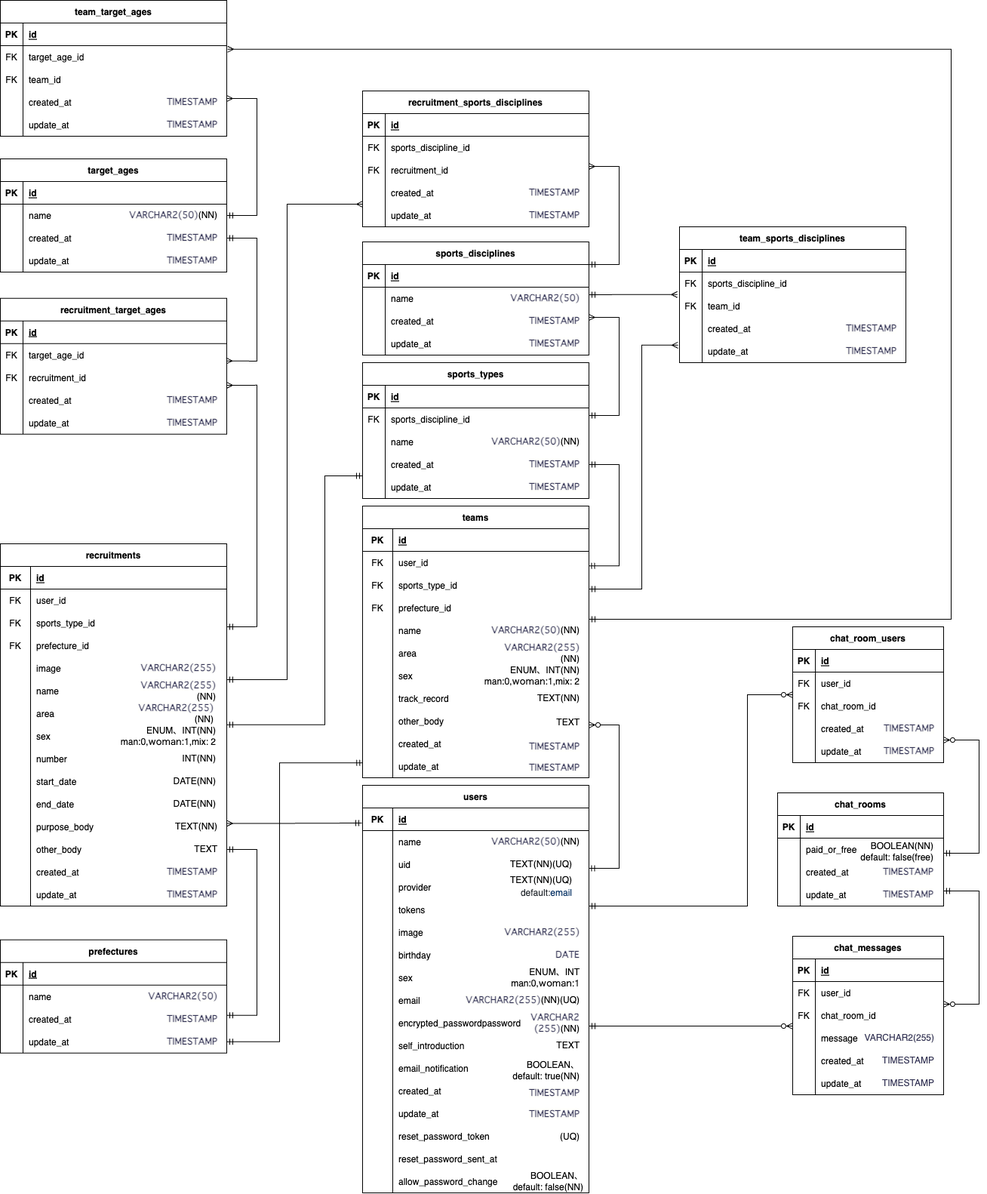
The draw.io diagram drawing/er図.png in toshinori-m/stay_connect, before a commit. Source tidied: cells renumbered, new cells last; positions are measured from the earlier drawing's top-left corner, leaving out a move shared by most shapes.
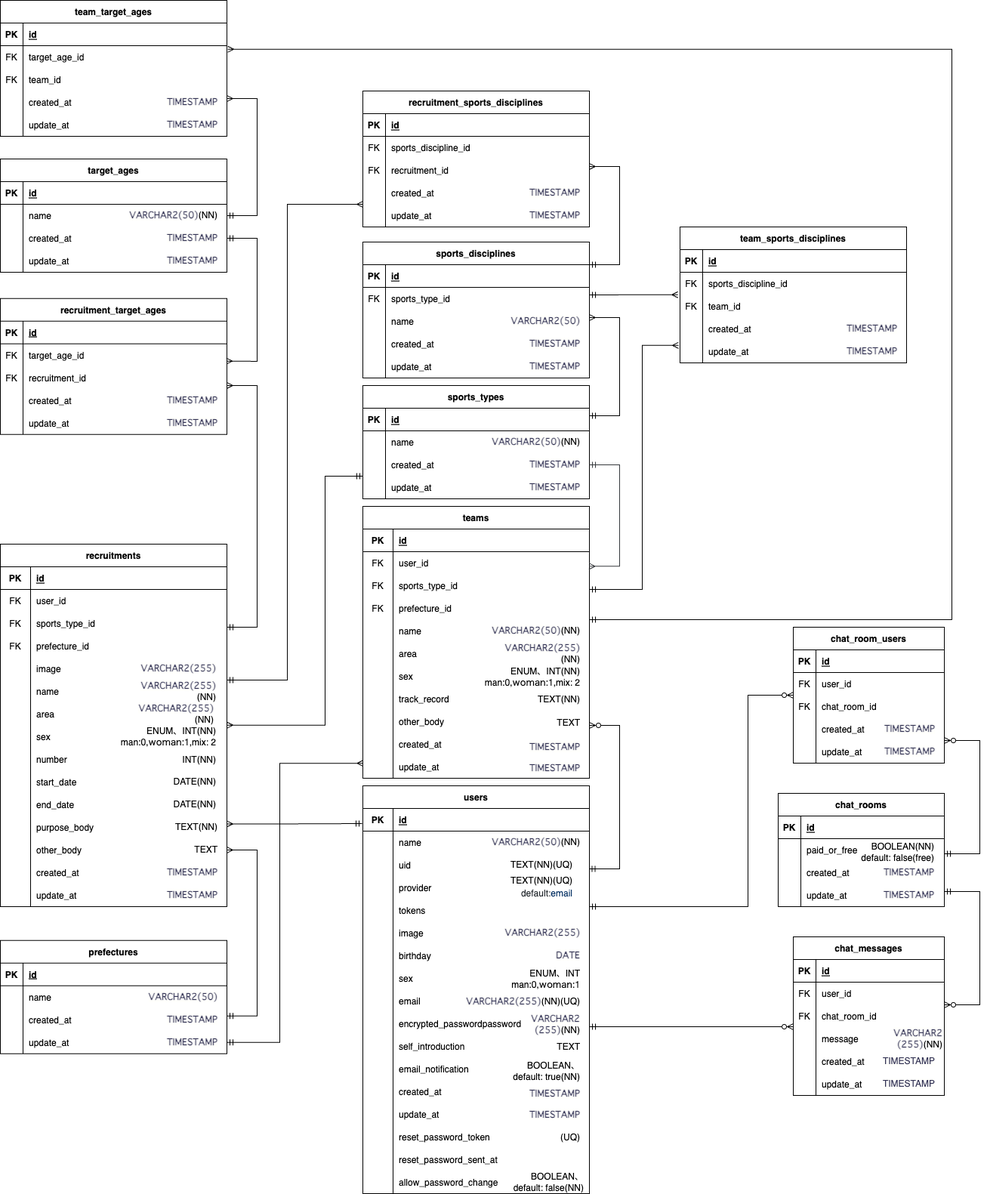
The same diagram one commit later.

Diff of the diagram source:
```diff
@@ -363,9 +363,6 @@
     <mxCell id="119" value="&lt;span style=&quot;color: rgb(51, 51, 85); font-family: メイリオ, Meiryo, Osaka, &amp;quot;ＭＳ Ｐゴシック&amp;quot;, &amp;quot;MS PGothic&amp;quot;, &amp;quot;ヒラギノ角ゴシック Pro&amp;quot;, &amp;quot;Hiragino Kaku Gothic Pro&amp;quot;, sans-serif; font-style: normal; font-variant-ligatures: normal; font-variant-caps: normal; font-weight: 700; letter-spacing: normal; orphans: 2; text-indent: 0px; text-transform: none; widows: 2; word-spacing: 0px; -webkit-text-stroke-width: 0px; background-color: rgb(255, 255, 252); text-decoration-thickness: initial; text-decoration-style: initial; text-decoration-color: initial; float: none; display: inline !important;&quot;&gt;&lt;font style=&quot;font-size: 12px;&quot;&gt;VARCHAR2(255)&lt;br&gt;&lt;/font&gt;&lt;/span&gt;(NN)" style="rounded=0;whiteSpace=wrap;html=1;fillColor=none;strokeColor=none;align=right;" parent="1" vertex="1">
       <mxGeometry x="650" y="850" width="120" height="30" as="geometry" />
     </mxCell>
-    <mxCell id="120" value="&lt;span style=&quot;color: rgb(51, 51, 85); font-style: normal; font-variant-ligatures: normal; font-variant-caps: normal; letter-spacing: normal; orphans: 2; text-indent: 0px; text-transform: none; widows: 2; word-spacing: 0px; -webkit-text-stroke-width: 0px; background-color: rgb(255, 255, 252); text-decoration-thickness: initial; text-decoration-style: initial; text-decoration-color: initial; float: none; display: inline !important;&quot;&gt;&lt;font style=&quot;font-size: 12px;&quot;&gt;VARCHAR2(255)&lt;/font&gt;&lt;/span&gt;" style="rounded=0;whiteSpace=wrap;html=1;fillColor=none;strokeColor=none;align=right;verticalAlign=middle;" parent="1" vertex="1">
-      <mxGeometry x="1120" y="1360" width="120" height="30" as="geometry" />
-    </mxCell>
     <mxCell id="121" value="&lt;span style=&quot;color: rgb(51, 51, 85); font-style: normal; font-variant-ligatures: normal; font-variant-caps: normal; letter-spacing: normal; orphans: 2; text-indent: 0px; text-transform: none; widows: 2; word-spacing: 0px; -webkit-text-stroke-width: 0px; background-color: rgb(255, 255, 252); text-decoration-thickness: initial; text-decoration-style: initial; text-decoration-color: initial; float: none; display: inline !important;&quot;&gt;&lt;font style=&quot;font-size: 12px;&quot;&gt;TIMESTAMP&lt;/font&gt;&lt;/span&gt;" style="rounded=0;whiteSpace=wrap;html=1;fillColor=none;strokeColor=none;align=right;" parent="1" vertex="1">
       <mxGeometry x="1120" y="1390" width="120" height="30" as="geometry" />
     </mxCell>
@@ -697,7 +694,7 @@
       <mxGeometry x="59" y="63.2" width="150" height="30" as="geometry" />
     </mxCell>
     <mxCell id="221" value="sports_types" style="shape=table;startSize=30;rowLines=0;fontStyle=1;align=center;" parent="1" vertex="1">
-      <mxGeometry x="480" y="480" width="300" height="180" as="geometry" />
+      <mxGeometry x="480" y="510" width="300" height="150" as="geometry" />
     </mxCell>
     <mxCell id="222" style="shape=tableRow;horizontal=0;startSize=0;swimlaneHead=0;swimlaneBody=0;fillColor=none;top=0;left=0;right=0;bottom=1;" parent="221" vertex="1">
       <mxGeometry y="30" width="300" height="30" as="geometry" />
@@ -708,17 +705,8 @@
     <mxCell id="224" value="id" style="shape=partialRectangle;fillColor=none;top=0;left=0;bottom=0;right=0;align=left;spacingLeft=6;fontStyle=5;overflow=hidden;" parent="222" vertex="1">
       <mxGeometry x="30" width="270" height="30" as="geometry" />
     </mxCell>
-    <mxCell id="225" style="shape=tableRow;horizontal=0;startSize=0;swimlaneHead=0;swimlaneBody=0;fillColor=none;top=0;left=0;right=0;bottom=0;" parent="221" vertex="1">
-      <mxGeometry y="60" width="300" height="30" as="geometry" />
-    </mxCell>
-    <mxCell id="226" value="FK" style="shape=partialRectangle;fillColor=none;top=0;left=0;bottom=0;right=0;overflow=hidden;" parent="225" vertex="1">
-      <mxGeometry width="30" height="30" as="geometry" />
-    </mxCell>
-    <mxCell id="227" value="sports_discipline_id" style="shape=partialRectangle;fillColor=none;top=0;left=0;bottom=0;right=0;align=left;spacingLeft=6;overflow=hidden;" parent="225" vertex="1">
-      <mxGeometry x="30" width="270" height="30" as="geometry" />
-    </mxCell>
     <mxCell id="228" style="shape=tableRow;horizontal=0;startSize=0;swimlaneHead=0;swimlaneBody=0;fillColor=none;top=0;left=0;right=0;bottom=0;" parent="221" vertex="1">
-      <mxGeometry y="90" width="300" height="30" as="geometry" />
+      <mxGeometry y="60" width="300" height="30" as="geometry" />
     </mxCell>
     <mxCell id="229" style="shape=partialRectangle;fillColor=none;top=0;left=0;bottom=0;right=0;overflow=hidden;" parent="228" vertex="1">
       <mxGeometry width="30" height="30" as="geometry" />
@@ -727,7 +715,7 @@
       <mxGeometry x="30" width="270" height="30" as="geometry" />
     </mxCell>
     <mxCell id="231" style="shape=tableRow;horizontal=0;startSize=0;swimlaneHead=0;swimlaneBody=0;fillColor=none;points=[[0,0.5],[1,0.5]];portConstraint=eastwest;top=0;left=0;right=0;bottom=0;" parent="221" vertex="1">
-      <mxGeometry y="120" width="300" height="30" as="geometry" />
+      <mxGeometry y="90" width="300" height="30" as="geometry" />
     </mxCell>
     <mxCell id="232" style="shape=partialRectangle;fillColor=none;top=0;left=0;bottom=0;right=0;overflow=hidden;" parent="231" vertex="1">
       <mxGeometry width="30" height="30" as="geometry" />
@@ -736,7 +724,7 @@
       <mxGeometry x="30" width="270" height="30" as="geometry" />
     </mxCell>
     <mxCell id="234" style="shape=tableRow;horizontal=0;startSize=0;swimlaneHead=0;swimlaneBody=0;fillColor=none;top=0;left=0;right=0;bottom=0;" parent="221" vertex="1">
-      <mxGeometry y="150" width="300" height="30" as="geometry" />
+      <mxGeometry y="120" width="300" height="30" as="geometry" />
     </mxCell>
     <mxCell id="235" style="shape=partialRectangle;fillColor=none;top=0;left=0;bottom=0;right=0;overflow=hidden;" parent="234" vertex="1">
       <mxGeometry width="30" height="30" as="geometry" />
@@ -750,7 +738,7 @@
     <mxCell id="238" value="&lt;span style=&quot;color: rgb(51, 51, 85); font-family: メイリオ, Meiryo, Osaka, &amp;quot;ＭＳ Ｐゴシック&amp;quot;, &amp;quot;MS PGothic&amp;quot;, &amp;quot;ヒラギノ角ゴシック Pro&amp;quot;, &amp;quot;Hiragino Kaku Gothic Pro&amp;quot;, sans-serif; font-style: normal; font-variant-ligatures: normal; font-variant-caps: normal; font-weight: 700; letter-spacing: normal; orphans: 2; text-indent: 0px; text-transform: none; widows: 2; word-spacing: 0px; -webkit-text-stroke-width: 0px; background-color: rgb(255, 255, 252); text-decoration-thickness: initial; text-decoration-style: initial; text-decoration-color: initial; float: none; display: inline !important;&quot;&gt;&lt;font style=&quot;font-size: 12px;&quot;&gt;TIMESTAMP&lt;/font&gt;&lt;/span&gt;" style="rounded=0;whiteSpace=wrap;html=1;fillColor=none;strokeColor=none;align=right;" parent="1" vertex="1">
       <mxGeometry x="650" y="630" width="120" height="30" as="geometry" />
     </mxCell>
-    <mxCell id="239" style="edgeStyle=orthogonalEdgeStyle;fontSize=12;html=1;endArrow=ERmandOne;startArrow=ERmandOne;rounded=0;endFill=0;entryX=1;entryY=0.5;entryDx=0;entryDy=0;exitX=0.998;exitY=0.644;exitDx=0;exitDy=0;exitPerimeter=0;fillColor=#fad7ac;" parent="1" edge="1" source="83" target="231">
+    <mxCell id="239" style="edgeStyle=orthogonalEdgeStyle;fontSize=12;html=1;endArrow=ERmandOne;startArrow=ERmany;rounded=0;endFill=0;entryX=1;entryY=0.5;entryDx=0;entryDy=0;exitX=0.998;exitY=0.644;exitDx=0;exitDy=0;exitPerimeter=0;fillColor=#eeeeee;startFill=0;strokeColor=#36393d;" parent="1" edge="1" source="83" target="231">
       <mxGeometry relative="1" as="geometry">
         <Array as="points">
           <mxPoint x="820" y="749" />
@@ -761,7 +749,7 @@
     <mxCell id="240" value="&lt;span style=&quot;color: rgb(51, 51, 85); font-family: メイリオ, Meiryo, Osaka, &amp;quot;ＭＳ Ｐゴシック&amp;quot;, &amp;quot;MS PGothic&amp;quot;, &amp;quot;ヒラギノ角ゴシック Pro&amp;quot;, &amp;quot;Hiragino Kaku Gothic Pro&amp;quot;, sans-serif; font-style: normal; font-variant-ligatures: normal; font-variant-caps: normal; font-weight: 700; letter-spacing: normal; orphans: 2; text-indent: 0px; text-transform: none; widows: 2; word-spacing: 0px; -webkit-text-stroke-width: 0px; background-color: rgb(255, 255, 252); text-decoration-thickness: initial; text-decoration-style: initial; text-decoration-color: initial; float: none; display: inline !important;&quot;&gt;&lt;font style=&quot;font-size: 12px;&quot;&gt;VARCHAR2(50)&lt;/font&gt;&lt;/span&gt;(NN)" style="rounded=0;whiteSpace=wrap;html=1;fillColor=none;strokeColor=none;align=right;" parent="1" vertex="1">
       <mxGeometry x="650" y="570" width="120" height="30" as="geometry" />
     </mxCell>
-    <mxCell id="241" style="edgeStyle=orthogonalEdgeStyle;fontSize=12;html=1;endArrow=ERmandOne;startArrow=ERmandOne;rounded=0;exitX=1.003;exitY=0.656;exitDx=0;exitDy=0;endFill=0;exitPerimeter=0;fillColor=none;" parent="1" edge="1">
+    <mxCell id="241" style="edgeStyle=orthogonalEdgeStyle;fontSize=12;html=1;endArrow=ERmandOne;startArrow=ERmany;rounded=0;exitX=1.003;exitY=0.656;exitDx=0;exitDy=0;endFill=0;exitPerimeter=0;fillColor=none;startFill=0;" parent="1" edge="1">
       <mxGeometry relative="1" as="geometry">
         <mxPoint x="300" y="959.7" as="sourcePoint" />
         <mxPoint x="480" y="630" as="targetPoint" />
@@ -1016,7 +1004,7 @@
     <mxCell id="314" value="&lt;span style=&quot;color: rgb(51, 51, 85); font-family: メイリオ, Meiryo, Osaka, &amp;quot;ＭＳ Ｐゴシック&amp;quot;, &amp;quot;MS PGothic&amp;quot;, &amp;quot;ヒラギノ角ゴシック Pro&amp;quot;, &amp;quot;Hiragino Kaku Gothic Pro&amp;quot;, sans-serif; font-style: normal; font-variant-ligatures: normal; font-variant-caps: normal; font-weight: 700; letter-spacing: normal; orphans: 2; text-indent: 0px; text-transform: none; widows: 2; word-spacing: 0px; -webkit-text-stroke-width: 0px; background-color: rgb(255, 255, 252); text-decoration-thickness: initial; text-decoration-style: initial; text-decoration-color: initial; float: none; display: inline !important;&quot;&gt;&lt;font style=&quot;font-size: 12px;&quot;&gt;VARCHAR2(50)&lt;/font&gt;&lt;/span&gt;" style="rounded=0;whiteSpace=wrap;html=1;fillColor=none;strokeColor=none;align=right;" parent="1" vertex="1">
       <mxGeometry x="170" y="1304.8" width="120" height="30" as="geometry" />
     </mxCell>
-    <mxCell id="315" style="edgeStyle=orthogonalEdgeStyle;fontSize=12;html=1;endArrow=ERmandOne;startArrow=ERmandOne;rounded=0;endFill=0;startFill=0;exitX=1;exitY=0.5;exitDx=0;exitDy=0;fillColor=none;" parent="1" edge="1" source="182">
+    <mxCell id="315" style="edgeStyle=orthogonalEdgeStyle;fontSize=12;html=1;endArrow=ERmandOne;startArrow=ERmany;rounded=0;endFill=0;startFill=0;exitX=1;exitY=0.5;exitDx=0;exitDy=0;fillColor=none;" parent="1" edge="1" source="182">
       <mxGeometry relative="1" as="geometry">
         <mxPoint x="300" y="1344.8" as="targetPoint" />
         <Array as="points">
@@ -1025,7 +1013,7 @@
         </Array>
       </mxGeometry>
     </mxCell>
-    <mxCell id="316" style="edgeStyle=orthogonalEdgeStyle;fontSize=12;html=1;endArrow=ERmandOne;startArrow=ERmandOne;rounded=0;endFill=0;startFill=0;entryX=0.001;entryY=0.342;entryDx=0;entryDy=0;entryPerimeter=0;fillColor=none;" parent="1" edge="1" source="309" target="110">
+    <mxCell id="316" style="edgeStyle=orthogonalEdgeStyle;fontSize=12;html=1;endArrow=ERmany;startArrow=ERmandOne;rounded=0;endFill=0;startFill=0;entryX=0.001;entryY=0.342;entryDx=0;entryDy=0;entryPerimeter=0;fillColor=none;" parent="1" edge="1" source="309" target="110">
       <mxGeometry relative="1" as="geometry">
         <Array as="points">
           <mxPoint x="370" y="1380" />
@@ -1057,7 +1045,7 @@
       <mxGeometry x="650" y="1490.5" width="120" height="30" as="geometry" />
     </mxCell>
     <mxCell id="324" value="sports_disciplines" style="shape=table;startSize=30;rowLines=0;fontStyle=1;align=center;" parent="1" vertex="1">
-      <mxGeometry x="480" y="320" width="300" height="150" as="geometry" />
+      <mxGeometry x="480" y="320" width="300" height="180" as="geometry" />
     </mxCell>
     <mxCell id="325" style="shape=tableRow;horizontal=0;startSize=0;swimlaneHead=0;swimlaneBody=0;fillColor=none;top=0;left=0;right=0;bottom=1;" parent="324" vertex="1">
       <mxGeometry y="30" width="300" height="30" as="geometry" />
@@ -1068,8 +1056,17 @@
     <mxCell id="327" value="id" style="shape=partialRectangle;fillColor=none;top=0;left=0;bottom=0;right=0;align=left;spacingLeft=6;fontStyle=5;overflow=hidden;" parent="325" vertex="1">
       <mxGeometry x="30" width="270" height="30" as="geometry" />
     </mxCell>
+    <mxCell id="225" style="shape=tableRow;horizontal=0;startSize=0;swimlaneHead=0;swimlaneBody=0;fillColor=none;top=0;left=0;right=0;bottom=0;" parent="324" vertex="1">
+      <mxGeometry y="60" width="300" height="30" as="geometry" />
+    </mxCell>
+    <mxCell id="226" value="FK" style="shape=partialRectangle;fillColor=none;top=0;left=0;bottom=0;right=0;overflow=hidden;" parent="225" vertex="1">
+      <mxGeometry width="30" height="30" as="geometry" />
+    </mxCell>
+    <mxCell id="382" value="sports_type_id" style="shape=partialRectangle;fillColor=none;top=0;left=0;bottom=0;right=0;align=left;spacingLeft=6;overflow=hidden;" parent="225" vertex="1">
+      <mxGeometry x="30" width="270" height="30" as="geometry" />
+    </mxCell>
     <mxCell id="328" style="shape=tableRow;horizontal=0;startSize=0;swimlaneHead=0;swimlaneBody=0;fillColor=none;top=0;left=0;right=0;bottom=0;" parent="324" vertex="1">
-      <mxGeometry y="60" width="300" height="30" as="geometry" />
+      <mxGeometry y="90" width="300" height="30" as="geometry" />
     </mxCell>
     <mxCell id="329" style="shape=partialRectangle;fillColor=none;top=0;left=0;bottom=0;right=0;overflow=hidden;" parent="328" vertex="1">
       <mxGeometry width="30" height="30" as="geometry" />
@@ -1078,7 +1075,7 @@
       <mxGeometry x="30" width="270" height="30" as="geometry" />
     </mxCell>
     <mxCell id="331" style="shape=tableRow;horizontal=0;startSize=0;swimlaneHead=0;swimlaneBody=0;fillColor=none;top=0;left=0;right=0;bottom=0;" parent="324" vertex="1">
-      <mxGeometry y="90" width="300" height="30" as="geometry" />
+      <mxGeometry y="120" width="300" height="30" as="geometry" />
     </mxCell>
     <mxCell id="332" style="shape=partialRectangle;fillColor=none;top=0;left=0;bottom=0;right=0;overflow=hidden;" parent="331" vertex="1">
       <mxGeometry width="30" height="30" as="geometry" />
@@ -1087,7 +1084,7 @@
       <mxGeometry x="30" width="270" height="30" as="geometry" />
     </mxCell>
     <mxCell id="334" style="shape=tableRow;horizontal=0;startSize=0;swimlaneHead=0;swimlaneBody=0;fillColor=none;top=0;left=0;right=0;bottom=0;" parent="324" vertex="1">
-      <mxGeometry y="120" width="300" height="30" as="geometry" />
+      <mxGeometry y="150" width="300" height="30" as="geometry" />
     </mxCell>
     <mxCell id="335" style="shape=partialRectangle;fillColor=none;top=0;left=0;bottom=0;right=0;overflow=hidden;" parent="334" vertex="1">
       <mxGeometry width="30" height="30" as="geometry" />
@@ -1096,13 +1093,13 @@
       <mxGeometry x="30" width="270" height="30" as="geometry" />
     </mxCell>
     <mxCell id="337" value="&lt;span style=&quot;color: rgb(51, 51, 85); font-family: メイリオ, Meiryo, Osaka, &amp;quot;ＭＳ Ｐゴシック&amp;quot;, &amp;quot;MS PGothic&amp;quot;, &amp;quot;ヒラギノ角ゴシック Pro&amp;quot;, &amp;quot;Hiragino Kaku Gothic Pro&amp;quot;, sans-serif; font-style: normal; font-variant-ligatures: normal; font-variant-caps: normal; font-weight: 700; letter-spacing: normal; orphans: 2; text-indent: 0px; text-transform: none; widows: 2; word-spacing: 0px; -webkit-text-stroke-width: 0px; background-color: rgb(255, 255, 252); text-decoration-thickness: initial; text-decoration-style: initial; text-decoration-color: initial; float: none; display: inline !important;&quot;&gt;&lt;font style=&quot;font-size: 12px;&quot;&gt;TIMESTAMP&lt;/font&gt;&lt;/span&gt;" style="rounded=0;whiteSpace=wrap;html=1;fillColor=none;strokeColor=none;align=right;" parent="1" vertex="1">
-      <mxGeometry x="650" y="410" width="120" height="30" as="geometry" />
+      <mxGeometry x="650" y="440" width="120" height="30" as="geometry" />
     </mxCell>
     <mxCell id="338" value="&lt;span style=&quot;color: rgb(51, 51, 85); font-family: メイリオ, Meiryo, Osaka, &amp;quot;ＭＳ Ｐゴシック&amp;quot;, &amp;quot;MS PGothic&amp;quot;, &amp;quot;ヒラギノ角ゴシック Pro&amp;quot;, &amp;quot;Hiragino Kaku Gothic Pro&amp;quot;, sans-serif; font-style: normal; font-variant-ligatures: normal; font-variant-caps: normal; font-weight: 700; letter-spacing: normal; orphans: 2; text-indent: 0px; text-transform: none; widows: 2; word-spacing: 0px; -webkit-text-stroke-width: 0px; background-color: rgb(255, 255, 252); text-decoration-thickness: initial; text-decoration-style: initial; text-decoration-color: initial; float: none; display: inline !important;&quot;&gt;&lt;font style=&quot;font-size: 12px;&quot;&gt;TIMESTAMP&lt;/font&gt;&lt;/span&gt;" style="rounded=0;whiteSpace=wrap;html=1;fillColor=none;strokeColor=none;align=right;" parent="1" vertex="1">
-      <mxGeometry x="650" y="440" width="120" height="30" as="geometry" />
+      <mxGeometry x="650" y="470" width="120" height="30" as="geometry" />
     </mxCell>
     <mxCell id="339" value="&lt;span style=&quot;color: rgb(51, 51, 85); font-family: メイリオ, Meiryo, Osaka, &amp;quot;ＭＳ Ｐゴシック&amp;quot;, &amp;quot;MS PGothic&amp;quot;, &amp;quot;ヒラギノ角ゴシック Pro&amp;quot;, &amp;quot;Hiragino Kaku Gothic Pro&amp;quot;, sans-serif; font-style: normal; font-variant-ligatures: normal; font-variant-caps: normal; font-weight: 700; letter-spacing: normal; orphans: 2; text-indent: 0px; text-transform: none; widows: 2; word-spacing: 0px; -webkit-text-stroke-width: 0px; background-color: rgb(255, 255, 252); text-decoration-thickness: initial; text-decoration-style: initial; text-decoration-color: initial; float: none; display: inline !important;&quot;&gt;&lt;font style=&quot;font-size: 12px;&quot;&gt;VARCHAR2(50)&lt;/font&gt;&lt;/span&gt;" style="rounded=0;whiteSpace=wrap;html=1;fillColor=none;strokeColor=none;align=right;" parent="1" vertex="1">
-      <mxGeometry x="650" y="380" width="120" height="30" as="geometry" />
+      <mxGeometry x="650" y="410" width="120" height="30" as="geometry" />
     </mxCell>
     <mxCell id="340" style="edgeStyle=orthogonalEdgeStyle;fontSize=12;html=1;endArrow=ERmandOne;startArrow=ERmany;rounded=0;endFill=0;startFill=0;fillColor=none;" parent="1" edge="1">
       <mxGeometry relative="1" as="geometry">
@@ -1265,5 +1262,8 @@
         </Array>
       </mxGeometry>
     </mxCell>
+    <mxCell id="383" value="&lt;span style=&quot;color: rgb(51, 51, 85); font-family: メイリオ, Meiryo, Osaka, &amp;quot;ＭＳ Ｐゴシック&amp;quot;, &amp;quot;MS PGothic&amp;quot;, &amp;quot;ヒラギノ角ゴシック Pro&amp;quot;, &amp;quot;Hiragino Kaku Gothic Pro&amp;quot;, sans-serif; font-style: normal; font-variant-ligatures: normal; font-variant-caps: normal; font-weight: 700; letter-spacing: normal; orphans: 2; text-indent: 0px; text-transform: none; widows: 2; word-spacing: 0px; -webkit-text-stroke-width: 0px; background-color: rgb(255, 255, 252); text-decoration-thickness: initial; text-decoration-style: initial; text-decoration-color: initial; float: none; display: inline !important;&quot;&gt;&lt;font style=&quot;font-size: 12px;&quot;&gt;VARCHAR2&lt;br&gt;(255)&lt;/font&gt;&lt;/span&gt;(NN)" style="rounded=0;whiteSpace=wrap;html=1;fillColor=none;strokeColor=none;align=right;" parent="1" vertex="1">
+      <mxGeometry x="1090" y="1360" width="160" height="30" as="geometry" />
+    </mxCell>
   </root>
 </mxGraphModel>
```
